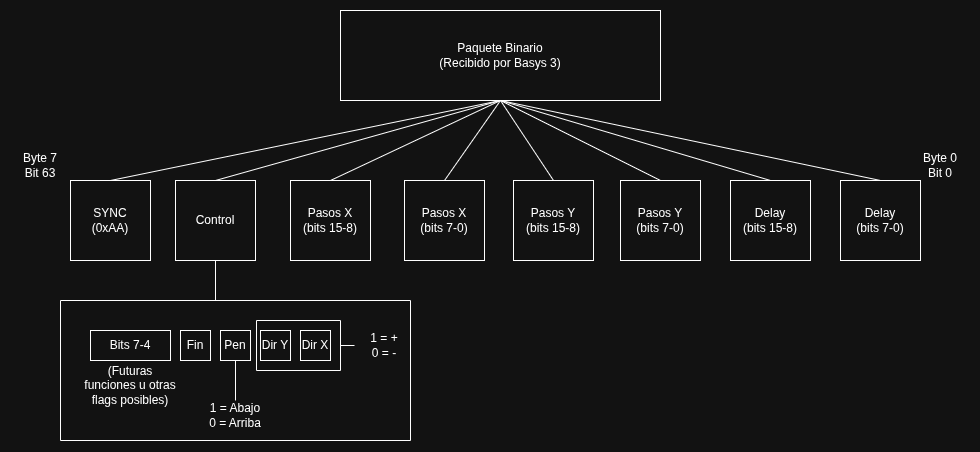
This is docs/binary-packet.png from JhonyRetro/fbp, a draw.io export, as it was before one commit. Source tidied: cells renumbered, new cells last; positions are measured from the earlier drawing's top-left corner, leaving out a move shared by most shapes.
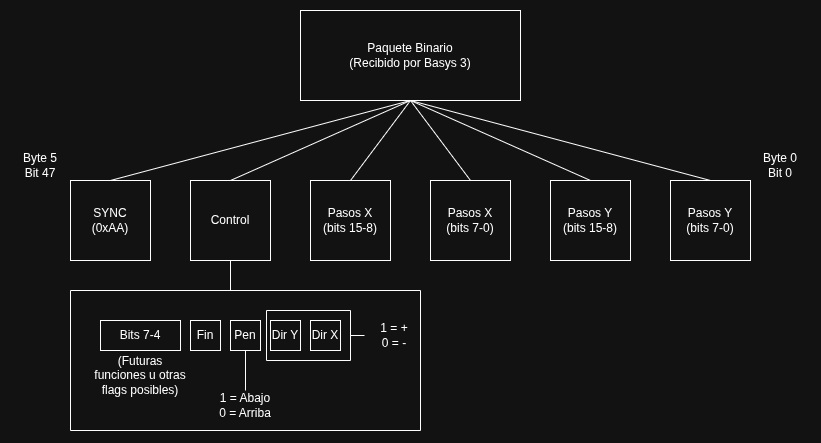
Later version of the same file.

Commit message:
docs: revert binary packet version

Change to the diagram source:
```diff
@@ -3,31 +3,31 @@
     <mxCell id="0" />
     <mxCell id="1" parent="0" />
     <mxCell id="2" value="Paquete Binario&lt;br&gt;(Recibido por Basys 3)" style="rounded=0;whiteSpace=wrap;html=1;" parent="1" vertex="1">
-      <mxGeometry x="330" width="320" height="90" as="geometry" />
+      <mxGeometry x="380" width="220" height="90" as="geometry" />
     </mxCell>
     <mxCell id="3" value="SYNC&lt;div&gt;(0xAA)&lt;/div&gt;" style="whiteSpace=wrap;html=1;" parent="1" vertex="1">
-      <mxGeometry x="60" y="170" width="80" height="80" as="geometry" />
+      <mxGeometry x="150" y="170" width="80" height="80" as="geometry" />
     </mxCell>
     <mxCell id="4" value="Control" style="whiteSpace=wrap;html=1;" parent="1" vertex="1">
-      <mxGeometry x="165" y="170" width="80" height="80" as="geometry" />
+      <mxGeometry x="270" y="170" width="80" height="80" as="geometry" />
     </mxCell>
     <mxCell id="5" value="Pasos X&lt;div&gt;(bits 15-8)&lt;/div&gt;" style="whiteSpace=wrap;html=1;" parent="1" vertex="1">
-      <mxGeometry x="280" y="170" width="80" height="80" as="geometry" />
+      <mxGeometry x="390" y="170" width="80" height="80" as="geometry" />
     </mxCell>
     <mxCell id="6" value="Pasos X&lt;div&gt;(bits 7-0)&lt;/div&gt;" style="whiteSpace=wrap;html=1;" parent="1" vertex="1">
-      <mxGeometry x="394" y="170" width="80" height="80" as="geometry" />
+      <mxGeometry x="510" y="170" width="80" height="80" as="geometry" />
     </mxCell>
     <mxCell id="7" value="Pasos Y&lt;div&gt;(bits 15-8)&lt;/div&gt;" style="whiteSpace=wrap;html=1;" parent="1" vertex="1">
-      <mxGeometry x="503" y="170" width="80" height="80" as="geometry" />
+      <mxGeometry x="630" y="170" width="80" height="80" as="geometry" />
     </mxCell>
     <mxCell id="8" value="Pasos Y&lt;div&gt;(bits 7-0)&lt;/div&gt;" style="whiteSpace=wrap;html=1;" parent="1" vertex="1">
-      <mxGeometry x="610" y="170" width="80" height="80" as="geometry" />
+      <mxGeometry x="750" y="170" width="80" height="80" as="geometry" />
     </mxCell>
     <mxCell id="9" value="Byte 0&lt;div&gt;Bit 0&lt;/div&gt;" style="text;html=1;whiteSpace=wrap;strokeColor=none;fillColor=none;align=center;verticalAlign=middle;rounded=0;" parent="1" vertex="1">
-      <mxGeometry x="900" y="140" width="60" height="30" as="geometry" />
+      <mxGeometry x="830" y="140" width="60" height="30" as="geometry" />
     </mxCell>
-    <mxCell id="10" value="Byte 7&lt;div&gt;Bit 63&lt;/div&gt;" style="text;html=1;whiteSpace=wrap;strokeColor=none;fillColor=none;align=center;verticalAlign=middle;rounded=0;" parent="1" vertex="1">
-      <mxGeometry y="140" width="60" height="30" as="geometry" />
+    <mxCell id="10" value="Byte 5&lt;div&gt;Bit 47&lt;/div&gt;" style="text;html=1;whiteSpace=wrap;strokeColor=none;fillColor=none;align=center;verticalAlign=middle;rounded=0;" parent="1" vertex="1">
+      <mxGeometry x="90" y="140" width="60" height="30" as="geometry" />
     </mxCell>
     <mxCell id="11" style="endArrow=none;html=1;rounded=0;exitX=0.5;exitY=0;exitDx=0;exitDy=0;" parent="1" edge="1" source="3">
       <mxGeometry relative="1" as="geometry">
@@ -54,105 +54,91 @@
       <mxGeometry relative="1" as="geometry" />
     </mxCell>
     <mxCell id="17" value="Fin" style="whiteSpace=wrap;html=1;" parent="1" vertex="1">
-      <mxGeometry x="170" y="320" width="30" height="30" as="geometry" />
+      <mxGeometry x="270" y="310" width="30" height="30" as="geometry" />
     </mxCell>
     <mxCell id="18" value="Bits 7-4" style="rounded=0;whiteSpace=wrap;html=1;" parent="1" vertex="1">
-      <mxGeometry x="80" y="320" width="80" height="30" as="geometry" />
+      <mxGeometry x="180" y="310" width="80" height="30" as="geometry" />
     </mxCell>
     <mxCell id="19" value="Pen" style="whiteSpace=wrap;html=1;" parent="1" vertex="1">
-      <mxGeometry x="210" y="320" width="30" height="30" as="geometry" />
+      <mxGeometry x="310" y="310" width="30" height="30" as="geometry" />
     </mxCell>
     <mxCell id="20" value="Dir Y" style="whiteSpace=wrap;html=1;" parent="1" vertex="1">
-      <mxGeometry x="250" y="320" width="30" height="30" as="geometry" />
+      <mxGeometry x="350" y="310" width="30" height="30" as="geometry" />
     </mxCell>
     <mxCell id="21" value="Dir X" style="whiteSpace=wrap;html=1;" parent="1" vertex="1">
-      <mxGeometry x="290" y="320" width="30" height="30" as="geometry" />
+      <mxGeometry x="390" y="310" width="30" height="30" as="geometry" />
     </mxCell>
     <mxCell id="22" value="1 = +&lt;div&gt;0 = -&lt;/div&gt;" style="text;html=1;whiteSpace=wrap;strokeColor=none;fillColor=none;align=center;verticalAlign=middle;rounded=0;" parent="1" vertex="1">
-      <mxGeometry x="344" y="320" width="60" height="30" as="geometry" />
+      <mxGeometry x="444" y="310" width="60" height="30" as="geometry" />
     </mxCell>
     <mxCell id="23" style="endArrow=none;html=1;rounded=0;" parent="1" edge="1">
       <mxGeometry relative="1" as="geometry">
-        <mxPoint x="246" y="310" as="sourcePoint" />
-        <mxPoint x="330" y="310" as="targetPoint" />
+        <mxPoint x="346" y="300" as="sourcePoint" />
+        <mxPoint x="430" y="300" as="targetPoint" />
       </mxGeometry>
     </mxCell>
     <mxCell id="24" style="endArrow=none;html=1;rounded=0;" parent="1" edge="1">
       <mxGeometry relative="1" as="geometry">
-        <mxPoint x="330" y="360" as="sourcePoint" />
-        <mxPoint x="330" y="310" as="targetPoint" />
+        <mxPoint x="430" y="350" as="sourcePoint" />
+        <mxPoint x="430" y="300" as="targetPoint" />
       </mxGeometry>
     </mxCell>
     <mxCell id="25" style="endArrow=none;html=1;rounded=0;" parent="1" edge="1">
       <mxGeometry relative="1" as="geometry">
-        <mxPoint x="246" y="360" as="sourcePoint" />
-        <mxPoint x="330" y="360" as="targetPoint" />
+        <mxPoint x="346" y="350" as="sourcePoint" />
+        <mxPoint x="430" y="350" as="targetPoint" />
       </mxGeometry>
     </mxCell>
     <mxCell id="26" style="endArrow=none;html=1;rounded=0;entryX=0;entryY=0.5;entryDx=0;entryDy=0;" parent="1" edge="1" target="22">
       <mxGeometry relative="1" as="geometry">
-        <mxPoint x="330" y="335" as="sourcePoint" />
+        <mxPoint x="430" y="325" as="sourcePoint" />
       </mxGeometry>
     </mxCell>
     <mxCell id="27" style="endArrow=none;html=1;rounded=0;" parent="1" edge="1">
       <mxGeometry relative="1" as="geometry">
-        <mxPoint x="246" y="360" as="sourcePoint" />
-        <mxPoint x="246" y="310" as="targetPoint" />
+        <mxPoint x="346" y="350" as="sourcePoint" />
+        <mxPoint x="346" y="300" as="targetPoint" />
       </mxGeometry>
     </mxCell>
     <mxCell id="28" value="1 = Abajo&lt;div&gt;0 = Arriba&lt;/div&gt;" style="text;html=1;whiteSpace=wrap;strokeColor=none;fillColor=none;align=center;verticalAlign=middle;rounded=0;" parent="1" vertex="1">
-      <mxGeometry x="195" y="400" width="60" height="10" as="geometry" />
+      <mxGeometry x="295" y="390" width="60" height="10" as="geometry" />
     </mxCell>
     <mxCell id="29" style="endArrow=none;html=1;rounded=0;entryX=0.5;entryY=1;entryDx=0;entryDy=0;" parent="1" edge="1" target="19">
       <mxGeometry relative="1" as="geometry">
-        <mxPoint x="225" y="390" as="sourcePoint" />
+        <mxPoint x="325" y="380" as="sourcePoint" />
       </mxGeometry>
     </mxCell>
     <mxCell id="30" value="(Futuras funciones u otras flags posibles)" style="text;html=1;whiteSpace=wrap;strokeColor=none;fillColor=none;align=center;verticalAlign=middle;rounded=0;" parent="1" vertex="1">
-      <mxGeometry x="70" y="350" width="100" height="50" as="geometry" />
+      <mxGeometry x="170" y="340" width="100" height="50" as="geometry" />
     </mxCell>
     <mxCell id="31" style="endArrow=none;html=1;rounded=0;entryX=0.5;entryY=1;entryDx=0;entryDy=0;" parent="1" edge="1" target="4">
       <mxGeometry relative="1" as="geometry">
-        <mxPoint x="205" y="290" as="sourcePoint" />
+        <mxPoint x="310" y="280" as="sourcePoint" />
       </mxGeometry>
     </mxCell>
     <mxCell id="32" style="endArrow=none;html=1;rounded=0;" parent="1" edge="1">
       <mxGeometry relative="1" as="geometry">
-        <mxPoint x="50" y="290" as="sourcePoint" />
-        <mxPoint x="400" y="290" as="targetPoint" />
+        <mxPoint x="150" y="280" as="sourcePoint" />
+        <mxPoint x="500" y="280" as="targetPoint" />
       </mxGeometry>
     </mxCell>
     <mxCell id="33" style="endArrow=none;html=1;rounded=0;" parent="1" edge="1">
       <mxGeometry relative="1" as="geometry">
-        <mxPoint x="50" y="430" as="sourcePoint" />
-        <mxPoint x="50" y="290" as="targetPoint" />
+        <mxPoint x="150" y="420" as="sourcePoint" />
+        <mxPoint x="150" y="280" as="targetPoint" />
       </mxGeometry>
     </mxCell>
     <mxCell id="34" style="endArrow=none;html=1;rounded=0;" parent="1" edge="1">
       <mxGeometry relative="1" as="geometry">
-        <mxPoint x="400" y="430" as="sourcePoint" />
-        <mxPoint x="400" y="290" as="targetPoint" />
+        <mxPoint x="500" y="420" as="sourcePoint" />
+        <mxPoint x="500" y="280" as="targetPoint" />
       </mxGeometry>
     </mxCell>
     <mxCell id="35" style="endArrow=none;html=1;rounded=0;" parent="1" edge="1">
       <mxGeometry relative="1" as="geometry">
-        <mxPoint x="50" y="430" as="sourcePoint" />
-        <mxPoint x="400" y="430" as="targetPoint" />
+        <mxPoint x="150" y="420" as="sourcePoint" />
+        <mxPoint x="500" y="420" as="targetPoint" />
       </mxGeometry>
     </mxCell>
-    <mxCell id="36" value="Delay&lt;br&gt;&lt;div&gt;(bits 15-8)&lt;/div&gt;" style="whiteSpace=wrap;html=1;" parent="1" vertex="1">
-      <mxGeometry x="720" y="170" width="80" height="80" as="geometry" />
-    </mxCell>
-    <mxCell id="37" value="Delay&lt;br&gt;&lt;div&gt;(bits 7-0)&lt;/div&gt;" style="whiteSpace=wrap;html=1;" parent="1" vertex="1">
-      <mxGeometry x="830" y="170" width="80" height="80" as="geometry" />
-    </mxCell>
-    <mxCell id="38" style="endArrow=none;html=1;rounded=0;exitX=0.5;exitY=0;exitDx=0;exitDy=0;" parent="1" edge="1" source="36">
-      <mxGeometry relative="1" as="geometry">
-        <mxPoint x="490" y="90" as="targetPoint" />
-      </mxGeometry>
-    </mxCell>
-    <mxCell id="39" style="endArrow=none;html=1;rounded=0;exitX=0.5;exitY=0;exitDx=0;exitDy=0;entryX=0.5;entryY=1;entryDx=0;entryDy=0;" parent="1" edge="1" source="37" target="2">
-      <mxGeometry relative="1" as="geometry" />
-    </mxCell>
   </root>
 </mxGraphModel>
```
